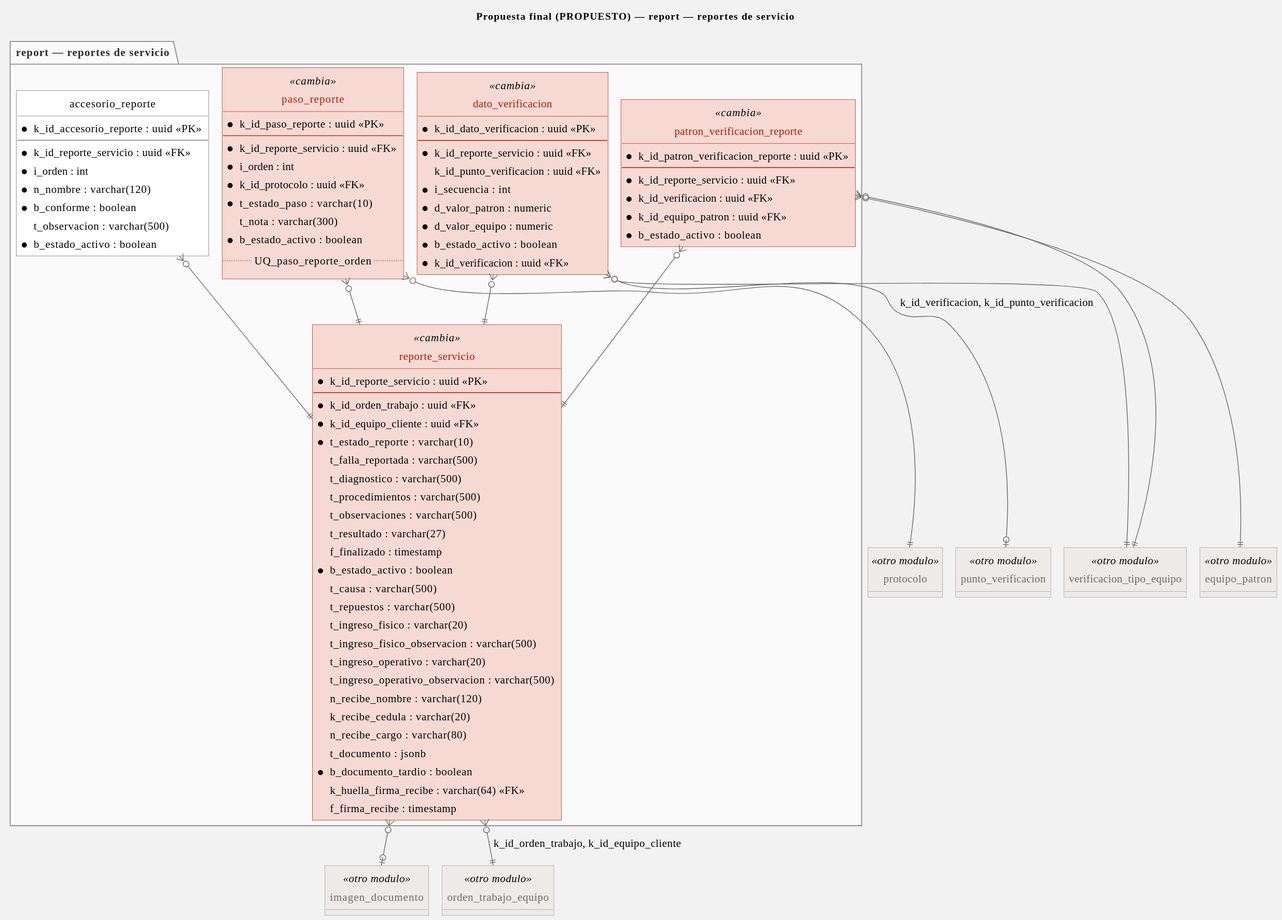
Earlier version of the PlantUML export Documentation/DatabaseDesign/refactor-3fn/2-final/modulos/report.svg (SeanBol222/MalphasOs).
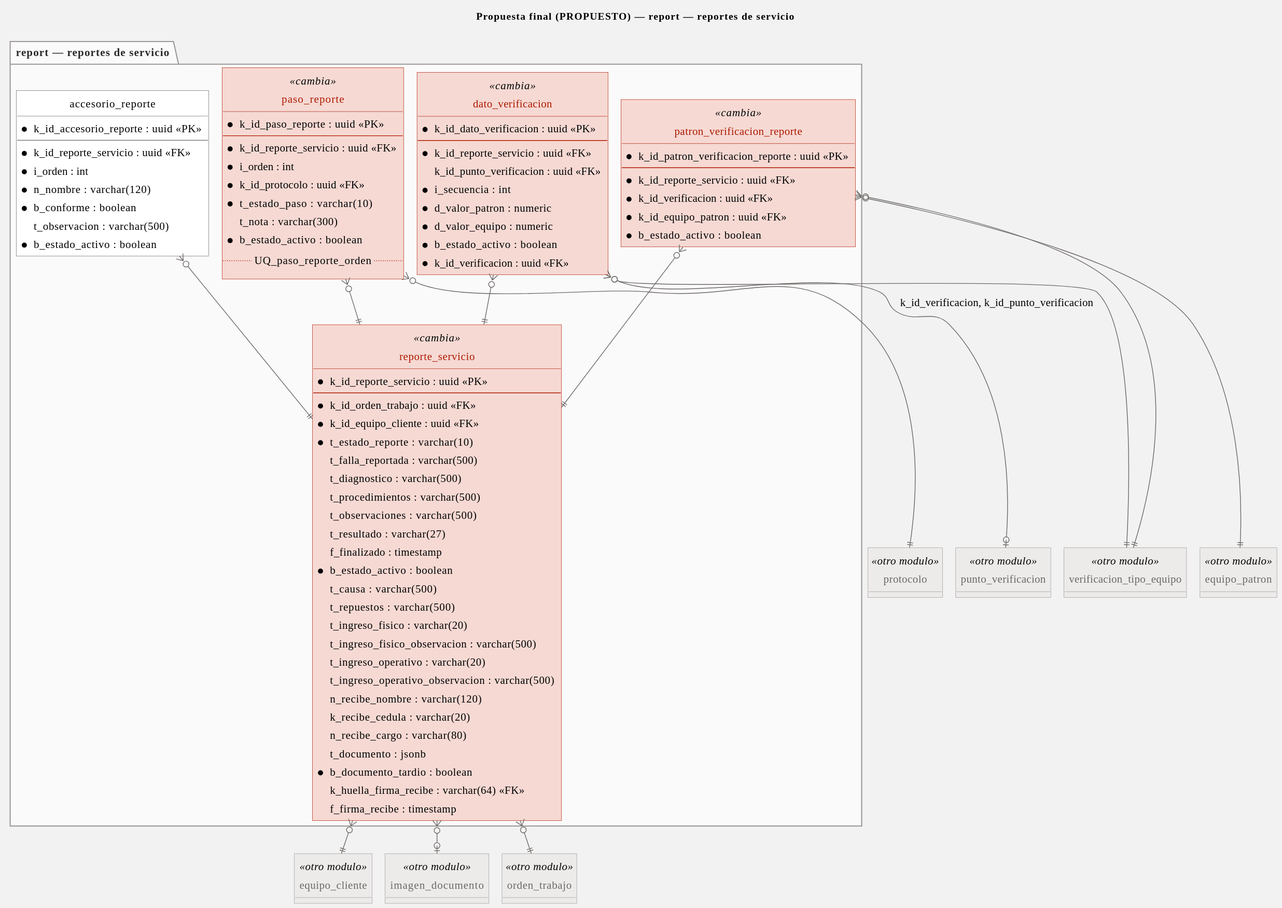
After the commit.

Diff of the diagram source:
```diff
@@ -112,11 +112,13 @@
   * b_estado_activo : boolean
 }
 }
+entity "equipo_cliente" as equipo_cliente <<otro modulo>> {
+}
 entity "equipo_patron" as equipo_patron <<otro modulo>> {
 }
 entity "imagen_documento" as imagen_documento <<otro modulo>> {
 }
-entity "orden_trabajo_equipo" as orden_trabajo_equipo <<otro modulo>> {
+entity "orden_trabajo" as orden_trabajo <<otro modulo>> {
 }
 entity "protocolo" as protocolo <<otro modulo>> {
 }
@@ -124,7 +126,6 @@
 }
 entity "verificacion_tipo_equipo" as verificacion_tipo_equipo <<otro modulo>> {
 }
-reporte_servicio }o--|| orden_trabajo_equipo : k_id_orden_trabajo, k_id_equipo_cliente
 reporte_servicio }o--o| imagen_documento
 dato_verificacion }o--o| punto_verificacion : k_id_verificacion, k_id_punto_verificacion
 dato_verificacion }o--|| reporte_servicio
@@ -135,6 +136,8 @@
 patron_verificacion_reporte }o--|| reporte_servicio
 patron_verificacion_reporte }o--|| verificacion_tipo_equipo
 accesorio_reporte }o--|| reporte_servicio
+reporte_servicio }o--|| orden_trabajo
+reporte_servicio }o--|| equipo_cliente
 skinparam class<<otro modulo>> {
   BackgroundColor #EDEBEA
   BorderColor #9A9795
```
